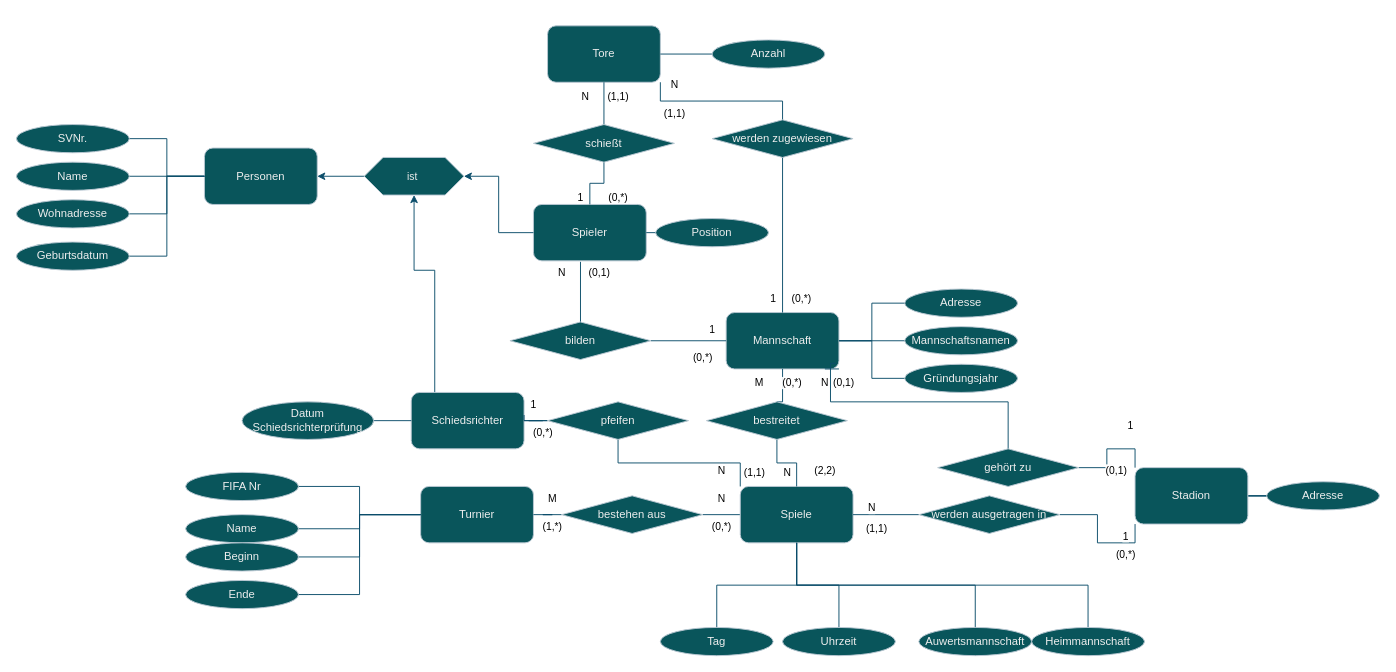
Before: SoccerV2.drawio in IP2312/Database, a draw.io diagram. Source tidied: cells renumbered, new cells numbered last; positions are measured from the earlier drawing's top-left corner, leaving out a move shared by most shapes. Both pictures are drawn from the tidied source at 94%, with x=0, y=0 at pixel (16, 25).
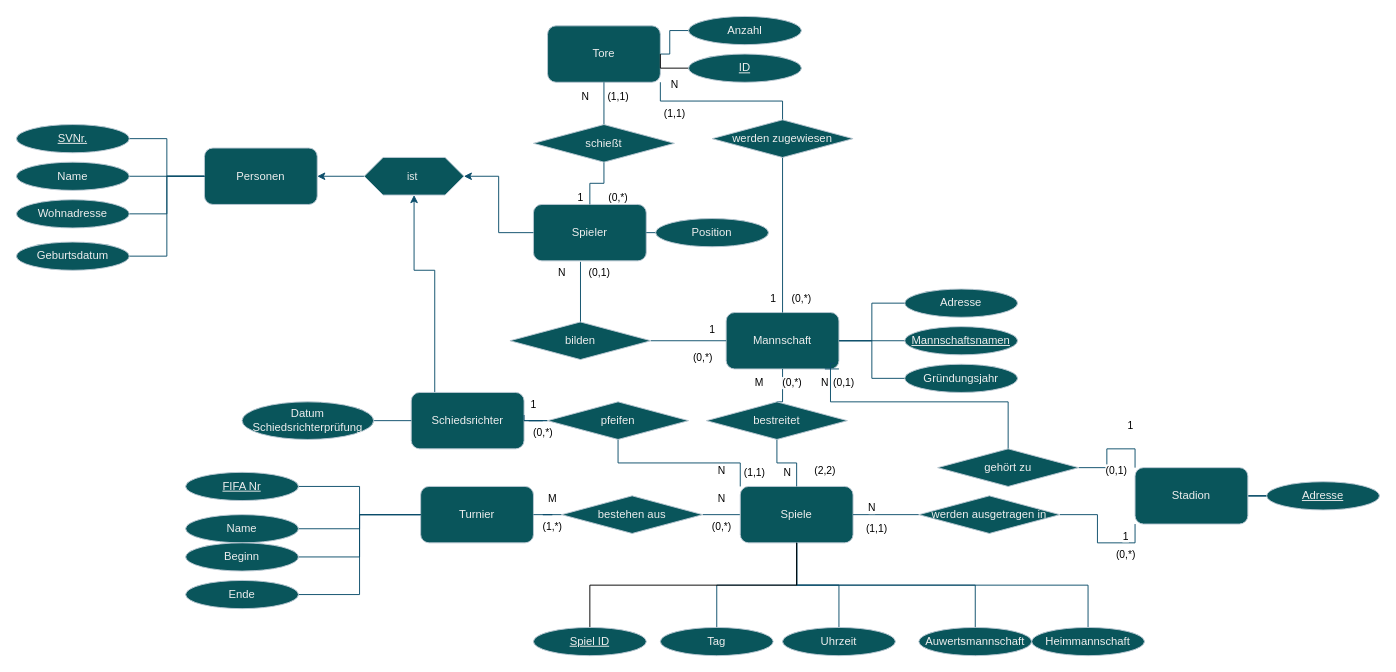
The same diagram, later.

Unchanged cells that the change refers to:
```xml
<mxCell id="8" value="Spiele" style="rounded=1;whiteSpace=wrap;html=1;labelBackgroundColor=none;fillColor=#09555B;strokeColor=#BAC8D3;fontColor=#EEEEEE;" parent="1" vertex="1">
  <mxGeometry x="770" y="490" width="120" height="60" as="geometry" />
</mxCell>
<mxCell id="10" value="Tore" style="rounded=1;whiteSpace=wrap;html=1;labelBackgroundColor=none;fillColor=#09555B;strokeColor=#BAC8D3;fontColor=#EEEEEE;" parent="1" vertex="1">
  <mxGeometry x="565" width="120" height="60" as="geometry" />
</mxCell>
```

The edit, as a diff of the source:
```diff
@@
-    <mxCell id="32" value="Mannschaftsnamen" style="ellipse;whiteSpace=wrap;html=1;strokeColor=#BAC8D3;fontColor=#EEEEEE;fillColor=#09555B;" parent="1" vertex="1">
+    <mxCell id="32" value="&lt;u&gt;Mannschaftsnamen&lt;/u&gt;" style="ellipse;whiteSpace=wrap;html=1;strokeColor=#BAC8D3;fontColor=#EEEEEE;fillColor=#09555B;" parent="1" vertex="1">
       <mxGeometry x="945" y="320" width="120" height="30" as="geometry" />
     </mxCell>
@@
-    <mxCell id="37" value="SVNr." style="ellipse;whiteSpace=wrap;html=1;strokeColor=#BAC8D3;fontColor=#EEEEEE;fillColor=#09555B;" parent="1" vertex="1">
+    <mxCell id="37" value="&lt;u&gt;SVNr.&lt;/u&gt;" style="ellipse;whiteSpace=wrap;html=1;strokeColor=#BAC8D3;fontColor=#EEEEEE;fillColor=#09555B;" parent="1" vertex="1">
       <mxGeometry y="105" width="120" height="30" as="geometry" />
     </mxCell>
@@
-    <mxCell id="57" value="Adresse" style="ellipse;whiteSpace=wrap;html=1;strokeColor=#BAC8D3;fontColor=#EEEEEE;fillColor=#09555B;" parent="1" vertex="1">
+    <mxCell id="57" value="&lt;u&gt;Adresse&lt;/u&gt;" style="ellipse;whiteSpace=wrap;html=1;strokeColor=#BAC8D3;fontColor=#EEEEEE;fillColor=#09555B;" parent="1" vertex="1">
       <mxGeometry x="1330" y="485" width="120" height="30" as="geometry" />
     </mxCell>
@@
-    <mxCell id="64" value="FIFA Nr" style="ellipse;whiteSpace=wrap;html=1;strokeColor=#BAC8D3;fontColor=#EEEEEE;fillColor=#09555B;" parent="1" vertex="1">
+    <mxCell id="64" value="&lt;u&gt;FIFA Nr&lt;/u&gt;" style="ellipse;whiteSpace=wrap;html=1;strokeColor=#BAC8D3;fontColor=#EEEEEE;fillColor=#09555B;" parent="1" vertex="1">
       <mxGeometry x="180" y="475" width="120" height="30" as="geometry" />
     </mxCell>
@@
     <mxCell id="71" value="Anzahl" style="ellipse;whiteSpace=wrap;html=1;strokeColor=#BAC8D3;fontColor=#EEEEEE;fillColor=#09555B;" parent="1" vertex="1">
-      <mxGeometry x="740" y="15" width="120" height="30" as="geometry" />
+      <mxGeometry x="715" y="-10" width="120" height="30" as="geometry" />
     </mxCell>
@@
+    <mxCell id="111" style="edgeStyle=orthogonalEdgeStyle;rounded=0;jettySize=auto;html=1;exitX=0;exitY=0.5;exitDx=0;exitDy=0;entryX=1;entryY=0.5;entryDx=0;entryDy=0;endArrow=none;startFill=0;" parent="1" edge="1" source="112" target="10">
+      <mxGeometry relative="1" as="geometry" />
+    </mxCell>
+    <mxCell id="112" value="&lt;u&gt;ID&lt;/u&gt;" style="ellipse;whiteSpace=wrap;html=1;strokeColor=#BAC8D3;fontColor=#EEEEEE;fillColor=#09555B;" parent="1" vertex="1">
+      <mxGeometry x="715" y="30" width="120" height="30" as="geometry" />
+    </mxCell>
+    <mxCell id="113" style="edgeStyle=orthogonalEdgeStyle;rounded=0;jettySize=auto;html=1;exitX=0.5;exitY=0;exitDx=0;exitDy=0;endArrow=none;startFill=0;" parent="1" edge="1" source="114" target="8">
+      <mxGeometry relative="1" as="geometry" />
+    </mxCell>
+    <mxCell id="114" value="&lt;u&gt;Spiel ID&lt;/u&gt;" style="ellipse;whiteSpace=wrap;html=1;strokeColor=#BAC8D3;fontColor=#EEEEEE;fillColor=#09555B;" parent="1" vertex="1">
+      <mxGeometry x="550" y="640" width="120" height="30" as="geometry" />
+    </mxCell>
```
